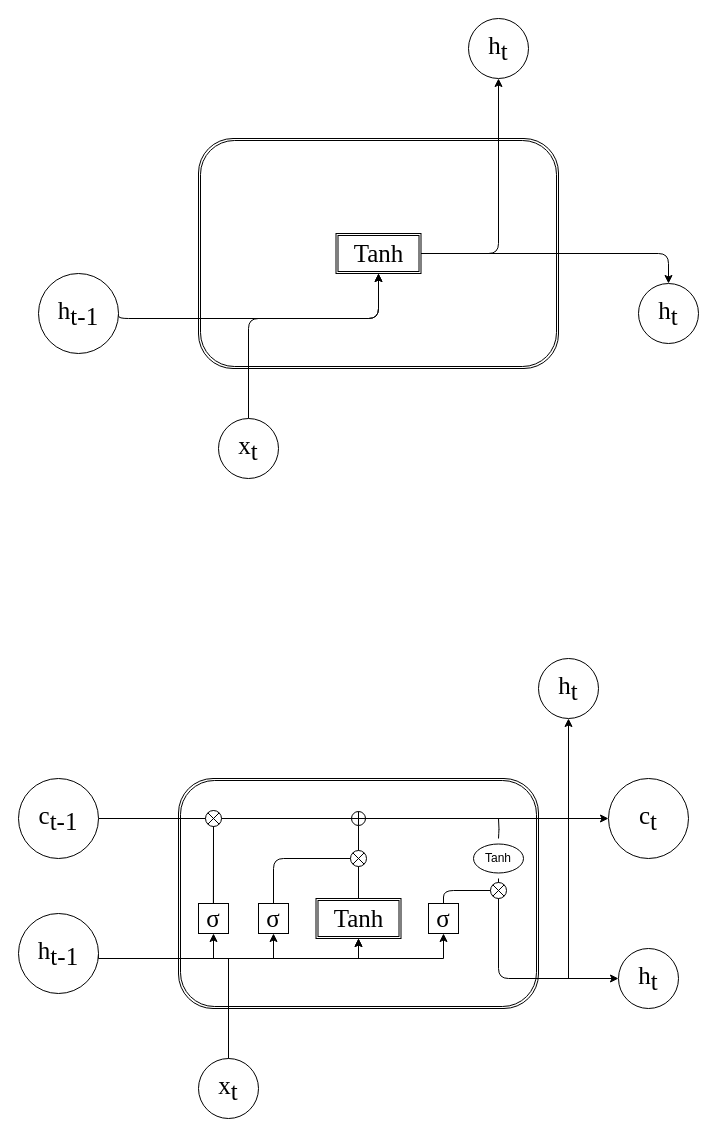
This is LSTM.drawio from liehu232/model_NetWork, a draw.io file, before an edit. Source tidied: cells renumbered, new cells numbered last; positions are measured from the earlier drawing's top-left corner, leaving out a move shared by most shapes. Both pictures are drawn from the tidied source at 100%, with x=0, y=0 at pixel (18, 18).
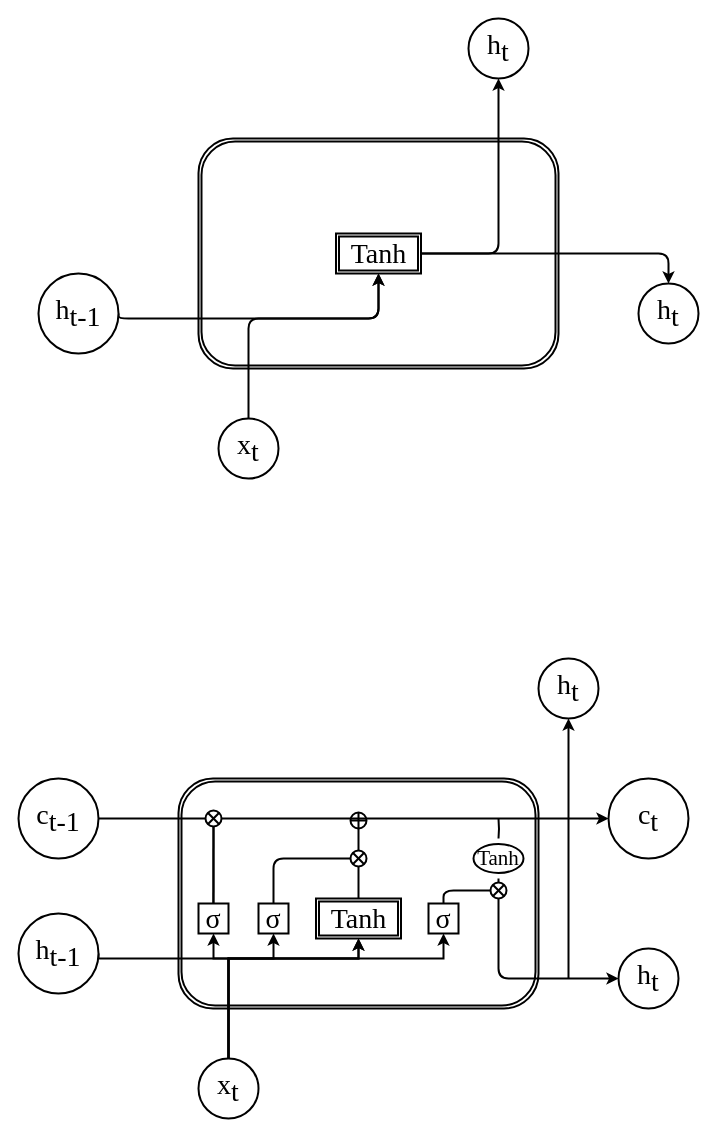
After the change.

The edit, as a diff of the source:
```diff
@@
-    <mxCell id="2" style="shape=ext;double=1;rounded=1;whiteSpace=wrap;html=1;fontFamily=Times New Roman;fontSize=25;" parent="1" vertex="1">
+    <mxCell id="2" style="shape=ext;double=1;rounded=1;whiteSpace=wrap;html=1;fontFamily=Times New Roman;fontSize=28;strokeWidth=2;" parent="1" vertex="1">
       <mxGeometry x="180" y="120" width="360" height="230" as="geometry" />
     </mxCell>
-    <mxCell id="3" style="edgeStyle=orthogonalEdgeStyle;html=1;exitX=1;exitY=0.5;exitDx=0;exitDy=0;entryX=0.5;entryY=0;entryDx=0;entryDy=0;fontFamily=Times New Roman;fontSize=25;" parent="1" edge="1" source="5" target="10">
+    <mxCell id="3" style="edgeStyle=orthogonalEdgeStyle;html=1;exitX=1;exitY=0.5;exitDx=0;exitDy=0;entryX=0.5;entryY=0;entryDx=0;entryDy=0;fontFamily=Times New Roman;fontSize=28;strokeWidth=2;" parent="1" edge="1" source="5" target="10">
       <mxGeometry relative="1" as="geometry" />
     </mxCell>
-    <mxCell id="4" style="edgeStyle=orthogonalEdgeStyle;html=1;exitX=1;exitY=0.5;exitDx=0;exitDy=0;entryX=0.5;entryY=1;entryDx=0;entryDy=0;fontFamily=Times New Roman;fontSize=25;" parent="1" edge="1" source="5" target="11">
+    <mxCell id="4" style="edgeStyle=orthogonalEdgeStyle;html=1;exitX=1;exitY=0.5;exitDx=0;exitDy=0;entryX=0.5;entryY=1;entryDx=0;entryDy=0;fontFamily=Times New Roman;fontSize=28;strokeWidth=2;" parent="1" edge="1" source="5" target="11">
       <mxGeometry relative="1" as="geometry" />
     </mxCell>
-    <mxCell id="5" value="Tanh" style="shape=ext;double=1;rounded=0;whiteSpace=wrap;html=1;fontFamily=Times New Roman;fontSize=25;" parent="1" vertex="1">
+    <mxCell id="5" value="Tanh" style="shape=ext;double=1;rounded=0;whiteSpace=wrap;html=1;fontFamily=Times New Roman;fontSize=28;strokeWidth=2;" parent="1" vertex="1">
       <mxGeometry x="317.5" y="215" width="85" height="40" as="geometry" />
     </mxCell>
-    <mxCell id="6" style="edgeStyle=orthogonalEdgeStyle;html=1;exitX=0.5;exitY=0;exitDx=0;exitDy=0;entryX=0.5;entryY=1;entryDx=0;entryDy=0;fontFamily=Times New Roman;fontSize=25;" parent="1" edge="1" source="7" target="5">
+    <mxCell id="6" style="edgeStyle=orthogonalEdgeStyle;html=1;exitX=0.5;exitY=0;exitDx=0;exitDy=0;entryX=0.5;entryY=1;entryDx=0;entryDy=0;fontFamily=Times New Roman;fontSize=28;strokeWidth=2;" parent="1" edge="1" source="7" target="5">
       <mxGeometry relative="1" as="geometry">
         <Array as="points">
           <mxPoint x="230" y="300" />
           <mxPoint x="360" y="300" />
         </Array>
       </mxGeometry>
     </mxCell>
-    <mxCell id="7" value="x&lt;sub style=&quot;font-size: 25px;&quot;&gt;t&lt;/sub&gt;" style="ellipse;whiteSpace=wrap;html=1;fontFamily=Times New Roman;fontSize=25;" parent="1" vertex="1">
+    <mxCell id="7" value="x&lt;sub style=&quot;font-size: 28px;&quot;&gt;t&lt;/sub&gt;" style="ellipse;whiteSpace=wrap;html=1;fontFamily=Times New Roman;fontSize=28;strokeWidth=2;" parent="1" vertex="1">
       <mxGeometry x="200" y="400" width="60" height="60" as="geometry" />
     </mxCell>
-    <mxCell id="8" style="edgeStyle=orthogonalEdgeStyle;html=1;exitX=1;exitY=0.5;exitDx=0;exitDy=0;entryX=0.5;entryY=1;entryDx=0;entryDy=0;fontFamily=Times New Roman;fontSize=25;" parent="1" edge="1" source="9" target="5">
+    <mxCell id="8" style="edgeStyle=orthogonalEdgeStyle;html=1;exitX=1;exitY=0.5;exitDx=0;exitDy=0;entryX=0.5;entryY=1;entryDx=0;entryDy=0;fontFamily=Times New Roman;fontSize=28;strokeWidth=2;" parent="1" edge="1" source="9" target="5">
       <mxGeometry relative="1" as="geometry">
         <Array as="points">
           <mxPoint x="100" y="300" />
           <mxPoint x="360" y="300" />
         </Array>
       </mxGeometry>
     </mxCell>
-    <mxCell id="9" value="h&lt;sub style=&quot;font-size: 25px;&quot;&gt;t-1&lt;/sub&gt;" style="ellipse;whiteSpace=wrap;html=1;fontFamily=Times New Roman;fontSize=25;" parent="1" vertex="1">
+    <mxCell id="9" value="h&lt;sub style=&quot;font-size: 28px;&quot;&gt;t-1&lt;/sub&gt;" style="ellipse;whiteSpace=wrap;html=1;fontFamily=Times New Roman;fontSize=28;strokeWidth=2;" parent="1" vertex="1">
       <mxGeometry x="20" y="255" width="80" height="80" as="geometry" />
     </mxCell>
-    <mxCell id="10" value="h&lt;sub style=&quot;font-size: 25px&quot;&gt;t&lt;/sub&gt;" style="ellipse;whiteSpace=wrap;html=1;fontFamily=Times New Roman;fontSize=25;" parent="1" vertex="1">
+    <mxCell id="10" value="h&lt;sub style=&quot;font-size: 28px;&quot;&gt;t&lt;/sub&gt;" style="ellipse;whiteSpace=wrap;html=1;fontFamily=Times New Roman;fontSize=28;strokeWidth=2;" parent="1" vertex="1">
       <mxGeometry x="620" y="265" width="60" height="60" as="geometry" />
     </mxCell>
-    <mxCell id="11" value="h&lt;sub style=&quot;font-size: 25px;&quot;&gt;t&lt;/sub&gt;" style="ellipse;whiteSpace=wrap;html=1;fontFamily=Times New Roman;fontSize=25;" parent="1" vertex="1">
+    <mxCell id="11" value="h&lt;sub style=&quot;font-size: 28px;&quot;&gt;t&lt;/sub&gt;" style="ellipse;whiteSpace=wrap;html=1;fontFamily=Times New Roman;fontSize=28;strokeWidth=2;" parent="1" vertex="1">
       <mxGeometry x="450" width="60" height="60" as="geometry" />
     </mxCell>
-    <mxCell id="12" style="shape=ext;double=1;rounded=1;whiteSpace=wrap;html=1;fontFamily=Times New Roman;fontSize=25;" parent="1" vertex="1">
+    <mxCell id="12" style="shape=ext;double=1;rounded=1;whiteSpace=wrap;html=1;fontFamily=Times New Roman;fontSize=28;strokeWidth=2;" parent="1" vertex="1">
       <mxGeometry x="160" y="760" width="360" height="230" as="geometry" />
     </mxCell>
-    <mxCell id="13" style="edgeStyle=none;html=1;exitX=0.5;exitY=0;exitDx=0;exitDy=0;fontSize=18;endArrow=circlePlus;endFill=0;" parent="1" edge="1" source="14">
+    <mxCell id="13" style="edgeStyle=none;html=1;exitX=0.5;exitY=0;exitDx=0;exitDy=0;fontSize=28;endArrow=circlePlus;endFill=0;strokeWidth=2;fontFamily=Times New Roman;" parent="1" edge="1" source="14">
       <mxGeometry relative="1" as="geometry">
         <mxPoint x="340" y="792" as="targetPoint" />
       </mxGeometry>
     </mxCell>
-    <mxCell id="14" value="Tanh" style="shape=ext;double=1;rounded=0;whiteSpace=wrap;html=1;fontFamily=Times New Roman;fontSize=25;" parent="1" vertex="1">
+    <mxCell id="14" value="Tanh" style="shape=ext;double=1;rounded=0;whiteSpace=wrap;html=1;fontFamily=Times New Roman;fontSize=28;strokeWidth=2;" parent="1" vertex="1">
       <mxGeometry x="297.5" y="880" width="85" height="40" as="geometry" />
     </mxCell>
-    <mxCell id="15" style="edgeStyle=orthogonalEdgeStyle;html=1;exitX=0.5;exitY=0;exitDx=0;exitDy=0;entryX=0.5;entryY=1;entryDx=0;entryDy=0;fontFamily=Times New Roman;fontSize=25;rounded=0;" parent="1" edge="1" source="19" target="14">
+    <mxCell id="15" style="edgeStyle=orthogonalEdgeStyle;html=1;exitX=0.5;exitY=0;exitDx=0;exitDy=0;entryX=0.5;entryY=1;entryDx=0;entryDy=0;fontFamily=Times New Roman;fontSize=28;rounded=0;strokeWidth=2;" parent="1" edge="1" source="19" target="14">
       <mxGeometry relative="1" as="geometry">
         <Array as="points">
           <mxPoint x="210" y="940" />
           <mxPoint x="340" y="940" />
         </Array>
       </mxGeometry>
     </mxCell>
-    <mxCell id="16" style="edgeStyle=orthogonalEdgeStyle;html=1;exitX=0.5;exitY=0;exitDx=0;exitDy=0;entryX=0.5;entryY=1;entryDx=0;entryDy=0;fontFamily=Times New Roman;fontSize=25;fontColor=#000000;rounded=0;" parent="1" edge="1" source="19" target="25">
+    <mxCell id="16" style="edgeStyle=orthogonalEdgeStyle;html=1;exitX=0.5;exitY=0;exitDx=0;exitDy=0;entryX=0.5;entryY=1;entryDx=0;entryDy=0;fontFamily=Times New Roman;fontSize=28;fontColor=#000000;rounded=0;strokeWidth=2;" parent="1" edge="1" source="19" target="25">
       <mxGeometry relative="1" as="geometry">
         <Array as="points">
           <mxPoint x="210" y="940" />
           <mxPoint x="195" y="940" />
         </Array>
       </mxGeometry>
     </mxCell>
-    <mxCell id="17" style="edgeStyle=orthogonalEdgeStyle;html=1;exitX=0.5;exitY=0;exitDx=0;exitDy=0;entryX=0.5;entryY=1;entryDx=0;entryDy=0;fontFamily=Times New Roman;fontSize=25;fontColor=#000000;rounded=0;" parent="1" edge="1" source="19" target="26">
+    <mxCell id="17" style="edgeStyle=orthogonalEdgeStyle;html=1;exitX=0.5;exitY=0;exitDx=0;exitDy=0;entryX=0.5;entryY=1;entryDx=0;entryDy=0;fontFamily=Times New Roman;fontSize=28;fontColor=#000000;rounded=0;strokeWidth=2;" parent="1" edge="1" source="19" target="26">
       <mxGeometry relative="1" as="geometry">
         <Array as="points">
           <mxPoint x="210" y="940" />
           <mxPoint x="255" y="940" />
         </Array>
       </mxGeometry>
     </mxCell>
-    <mxCell id="18" style="edgeStyle=orthogonalEdgeStyle;html=1;exitX=0.5;exitY=0;exitDx=0;exitDy=0;entryX=0.5;entryY=1;entryDx=0;entryDy=0;fontFamily=Times New Roman;fontSize=25;fontColor=#000000;rounded=0;" parent="1" edge="1" source="19" target="27">
+    <mxCell id="18" style="edgeStyle=orthogonalEdgeStyle;html=1;exitX=0.5;exitY=0;exitDx=0;exitDy=0;entryX=0.5;entryY=1;entryDx=0;entryDy=0;fontFamily=Times New Roman;fontSize=28;fontColor=#000000;rounded=0;strokeWidth=2;" parent="1" edge="1" source="19" target="27">
       <mxGeometry relative="1" as="geometry">
         <Array as="points">
           <mxPoint x="210" y="940" />
           <mxPoint x="425" y="940" />
         </Array>
       </mxGeometry>
     </mxCell>
-    <mxCell id="19" value="x&lt;sub style=&quot;font-size: 25px;&quot;&gt;t&lt;/sub&gt;" style="ellipse;whiteSpace=wrap;html=1;fontFamily=Times New Roman;fontSize=25;" parent="1" vertex="1">
+    <mxCell id="19" value="x&lt;sub style=&quot;font-size: 28px;&quot;&gt;t&lt;/sub&gt;" style="ellipse;whiteSpace=wrap;html=1;fontFamily=Times New Roman;fontSize=28;strokeWidth=2;" parent="1" vertex="1">
       <mxGeometry x="180" y="1040" width="60" height="60" as="geometry" />
     </mxCell>
-    <mxCell id="20" style="edgeStyle=orthogonalEdgeStyle;html=1;exitX=1;exitY=0.5;exitDx=0;exitDy=0;entryX=0.5;entryY=1;entryDx=0;entryDy=0;fontFamily=Times New Roman;fontSize=25;rounded=0;" parent="1" edge="1" source="21" target="14">
+    <mxCell id="20" style="edgeStyle=orthogonalEdgeStyle;html=1;exitX=1;exitY=0.5;exitDx=0;exitDy=0;entryX=0.5;entryY=1;entryDx=0;entryDy=0;fontFamily=Times New Roman;fontSize=28;rounded=0;strokeWidth=2;" parent="1" edge="1" source="21" target="14">
       <mxGeometry relative="1" as="geometry">
         <Array as="points">
           <mxPoint x="80" y="940" />
           <mxPoint x="340" y="940" />
         </Array>
       </mxGeometry>
     </mxCell>
-    <mxCell id="21" value="h&lt;sub style=&quot;font-size: 25px;&quot;&gt;t-1&lt;/sub&gt;" style="ellipse;whiteSpace=wrap;html=1;fontFamily=Times New Roman;fontSize=25;" parent="1" vertex="1">
+    <mxCell id="21" value="h&lt;sub style=&quot;font-size: 28px;&quot;&gt;t-1&lt;/sub&gt;" style="ellipse;whiteSpace=wrap;html=1;fontFamily=Times New Roman;fontSize=28;strokeWidth=2;" parent="1" vertex="1">
       <mxGeometry y="895" width="80" height="80" as="geometry" />
     </mxCell>
-    <mxCell id="22" value="h&lt;sub style=&quot;font-size: 25px&quot;&gt;t&lt;/sub&gt;" style="ellipse;whiteSpace=wrap;html=1;fontFamily=Times New Roman;fontSize=25;" parent="1" vertex="1">
+    <mxCell id="22" value="h&lt;sub style=&quot;font-size: 28px;&quot;&gt;t&lt;/sub&gt;" style="ellipse;whiteSpace=wrap;html=1;fontFamily=Times New Roman;fontSize=28;strokeWidth=2;" parent="1" vertex="1">
       <mxGeometry x="600" y="930" width="60" height="60" as="geometry" />
     </mxCell>
-    <mxCell id="23" value="h&lt;sub style=&quot;font-size: 25px;&quot;&gt;t&lt;/sub&gt;" style="ellipse;whiteSpace=wrap;html=1;fontFamily=Times New Roman;fontSize=25;" parent="1" vertex="1">
+    <mxCell id="23" value="h&lt;sub style=&quot;font-size: 28px;&quot;&gt;t&lt;/sub&gt;" style="ellipse;whiteSpace=wrap;html=1;fontFamily=Times New Roman;fontSize=28;strokeWidth=2;" parent="1" vertex="1">
       <mxGeometry x="520" y="640" width="60" height="60" as="geometry" />
     </mxCell>
-    <mxCell id="24" style="edgeStyle=none;html=1;exitX=0.5;exitY=0;exitDx=0;exitDy=0;fontSize=18;endArrow=none;endFill=0;" parent="1" edge="1">
+    <mxCell id="24" style="edgeStyle=none;html=1;exitX=0.5;exitY=0;exitDx=0;exitDy=0;fontSize=28;endArrow=none;endFill=0;strokeWidth=2;fontFamily=Times New Roman;" parent="1" edge="1">
       <mxGeometry relative="1" as="geometry">
         <mxPoint x="195" y="887" as="sourcePoint" />
         <mxPoint x="195" y="802" as="targetPoint" />
         <Array as="points">
           <mxPoint x="195" y="802" />
         </Array>
       </mxGeometry>
     </mxCell>
-    <mxCell id="25" value="&lt;div style=&quot;text-align: left&quot;&gt;σ&lt;/div&gt;" style="rounded=0;whiteSpace=wrap;html=1;fontFamily=Times New Roman;fontSize=25;" parent="1" vertex="1">
+    <mxCell id="25" value="&lt;div style=&quot;text-align: left; font-size: 28px;&quot;&gt;σ&lt;/div&gt;" style="rounded=0;whiteSpace=wrap;html=1;fontFamily=Times New Roman;fontSize=28;strokeWidth=2;" parent="1" vertex="1">
       <mxGeometry x="180" y="885" width="30" height="30" as="geometry" />
     </mxCell>
-    <mxCell id="26" value="&lt;div style=&quot;text-align: left&quot;&gt;σ&lt;/div&gt;" style="rounded=0;whiteSpace=wrap;html=1;fontFamily=Times New Roman;fontSize=25;" parent="1" vertex="1">
+    <mxCell id="26" value="&lt;div style=&quot;text-align: left; font-size: 28px;&quot;&gt;σ&lt;/div&gt;" style="rounded=0;whiteSpace=wrap;html=1;fontFamily=Times New Roman;fontSize=28;strokeWidth=2;" parent="1" vertex="1">
       <mxGeometry x="240" y="885" width="30" height="30" as="geometry" />
     </mxCell>
-    <mxCell id="27" value="&lt;div style=&quot;text-align: left&quot;&gt;σ&lt;/div&gt;" style="rounded=0;whiteSpace=wrap;html=1;fontFamily=Times New Roman;fontSize=25;" parent="1" vertex="1">
+    <mxCell id="27" value="&lt;div style=&quot;text-align: left; font-size: 28px;&quot;&gt;σ&lt;/div&gt;" style="rounded=0;whiteSpace=wrap;html=1;fontFamily=Times New Roman;fontSize=28;strokeWidth=2;" parent="1" vertex="1">
       <mxGeometry x="410" y="885" width="30" height="30" as="geometry" />
     </mxCell>
-    <mxCell id="28" style="edgeStyle=orthogonalEdgeStyle;html=1;exitX=1;exitY=0.5;exitDx=0;exitDy=0;fontFamily=Times New Roman;fontSize=25;fontColor=#000000;" parent="1" edge="1" source="29" target="30">
+    <mxCell id="28" style="edgeStyle=orthogonalEdgeStyle;html=1;exitX=1;exitY=0.5;exitDx=0;exitDy=0;fontFamily=Times New Roman;fontSize=28;fontColor=#000000;strokeWidth=2;" parent="1" edge="1" source="29" target="30">
       <mxGeometry relative="1" as="geometry" />
     </mxCell>
-    <mxCell id="29" value="c&lt;sub style=&quot;font-size: 25px&quot;&gt;t-1&lt;/sub&gt;" style="ellipse;whiteSpace=wrap;html=1;fontFamily=Times New Roman;fontSize=25;" parent="1" vertex="1">
+    <mxCell id="29" value="c&lt;sub style=&quot;font-size: 28px;&quot;&gt;t-1&lt;/sub&gt;" style="ellipse;whiteSpace=wrap;html=1;fontFamily=Times New Roman;fontSize=28;strokeWidth=2;" parent="1" vertex="1">
       <mxGeometry y="760" width="80" height="80" as="geometry" />
     </mxCell>
-    <mxCell id="30" value="c&lt;sub style=&quot;font-size: 25px&quot;&gt;t&lt;/sub&gt;" style="ellipse;whiteSpace=wrap;html=1;fontFamily=Times New Roman;fontSize=25;" parent="1" vertex="1">
+    <mxCell id="30" value="c&lt;sub style=&quot;font-size: 28px;&quot;&gt;t&lt;/sub&gt;" style="ellipse;whiteSpace=wrap;html=1;fontFamily=Times New Roman;fontSize=28;strokeWidth=2;" parent="1" vertex="1">
       <mxGeometry x="590" y="760" width="80" height="80" as="geometry" />
     </mxCell>
-    <mxCell id="31" style="edgeStyle=orthogonalEdgeStyle;html=1;exitX=0.5;exitY=0;exitDx=0;exitDy=0;fontSize=18;endArrow=none;endFill=0;" parent="1" edge="1">
+    <mxCell id="31" style="edgeStyle=orthogonalEdgeStyle;html=1;exitX=0.5;exitY=0;exitDx=0;exitDy=0;fontSize=28;endArrow=none;endFill=0;strokeWidth=2;fontFamily=Times New Roman;" parent="1" edge="1">
       <mxGeometry relative="1" as="geometry">
         <mxPoint x="480" y="820" as="sourcePoint" />
         <mxPoint x="480" y="800" as="targetPoint" />
       </mxGeometry>
     </mxCell>
-    <mxCell id="32" style="edgeStyle=orthogonalEdgeStyle;html=1;exitX=0.5;exitY=1;exitDx=0;exitDy=0;entryX=0;entryY=0.5;entryDx=0;entryDy=0;fontSize=18;endArrow=classic;endFill=1;" parent="1" edge="1" target="22">
+    <mxCell id="32" style="edgeStyle=orthogonalEdgeStyle;html=1;exitX=0.5;exitY=1;exitDx=0;exitDy=0;entryX=0;entryY=0.5;entryDx=0;entryDy=0;fontSize=28;endArrow=classic;endFill=1;strokeWidth=2;fontFamily=Times New Roman;" parent="1" edge="1" target="22">
       <mxGeometry relative="1" as="geometry">
         <mxPoint x="480" y="860" as="sourcePoint" />
         <Array as="points">
           <mxPoint x="480" y="960" />
         </Array>
       </mxGeometry>
     </mxCell>
-    <mxCell id="33" style="endArrow=classic;html=1;fontSize=18;entryX=0.5;entryY=1;entryDx=0;entryDy=0;" parent="1" edge="1" target="23">
+    <mxCell id="33" style="endArrow=classic;html=1;fontSize=28;entryX=0.5;entryY=1;entryDx=0;entryDy=0;strokeWidth=2;fontFamily=Times New Roman;" parent="1" edge="1" target="23">
       <mxGeometry relative="1" as="geometry">
         <mxPoint x="550" y="960" as="sourcePoint" />
       </mxGeometry>
     </mxCell>
-    <mxCell id="34" style="edgeStyle=none;html=1;exitX=0.5;exitY=0;exitDx=0;exitDy=0;fontSize=18;endArrow=none;endFill=0;startArrow=none;" parent="1" edge="1" source="35">
+    <mxCell id="34" style="edgeStyle=none;html=1;exitX=0.5;exitY=0;exitDx=0;exitDy=0;fontSize=28;endArrow=none;endFill=0;startArrow=none;strokeWidth=2;fontFamily=Times New Roman;" parent="1" edge="1" source="35">
       <mxGeometry relative="1" as="geometry">
         <mxPoint x="194.9" y="800" as="targetPoint" />
         <Array as="points">
           <mxPoint x="194.9" y="800" />
         </Array>
       </mxGeometry>
     </mxCell>
-    <mxCell id="35" style="shape=sumEllipse;perimeter=ellipsePerimeter;whiteSpace=wrap;html=1;backgroundOutline=1;labelBackgroundColor=#2A2A2A;fontSize=18;" parent="1" vertex="1">
+    <mxCell id="35" style="shape=sumEllipse;perimeter=ellipsePerimeter;whiteSpace=wrap;html=1;backgroundOutline=1;labelBackgroundColor=#2A2A2A;fontSize=28;strokeWidth=2;fontFamily=Times New Roman;" parent="1" vertex="1">
       <mxGeometry x="187" y="792" width="16" height="16" as="geometry" />
     </mxCell>
-    <mxCell id="36" style="edgeStyle=none;html=1;exitX=0.5;exitY=0;exitDx=0;exitDy=0;fontSize=18;endArrow=none;endFill=0;" parent="1" edge="1" target="35">
+    <mxCell id="36" style="edgeStyle=none;html=1;exitX=0.5;exitY=0;exitDx=0;exitDy=0;fontSize=28;endArrow=none;endFill=0;strokeWidth=2;fontFamily=Times New Roman;" parent="1" edge="1" target="35">
       <mxGeometry relative="1" as="geometry">
         <mxPoint x="194.9" y="885" as="sourcePoint" />
       </mxGeometry>
     </mxCell>
-    <mxCell id="37" style="shape=sumEllipse;perimeter=ellipsePerimeter;whiteSpace=wrap;html=1;backgroundOutline=1;labelBackgroundColor=#2A2A2A;fontSize=18;" parent="1" vertex="1">
+    <mxCell id="37" style="shape=sumEllipse;perimeter=ellipsePerimeter;whiteSpace=wrap;html=1;backgroundOutline=1;labelBackgroundColor=#2A2A2A;fontSize=28;strokeWidth=2;fontFamily=Times New Roman;" parent="1" vertex="1">
       <mxGeometry x="332" y="832" width="16" height="16" as="geometry" />
     </mxCell>
-    <mxCell id="38" style="edgeStyle=orthogonalEdgeStyle;html=1;exitX=0.5;exitY=0;exitDx=0;exitDy=0;fontSize=18;endArrow=none;endFill=0;entryX=0;entryY=0.5;entryDx=0;entryDy=0;" parent="1" edge="1" source="26" target="37">
+    <mxCell id="38" style="edgeStyle=orthogonalEdgeStyle;html=1;exitX=0.5;exitY=0;exitDx=0;exitDy=0;fontSize=28;endArrow=none;endFill=0;entryX=0;entryY=0.5;entryDx=0;entryDy=0;strokeWidth=2;fontFamily=Times New Roman;" parent="1" edge="1" source="26" target="37">
       <mxGeometry relative="1" as="geometry" />
     </mxCell>
-    <mxCell id="39" style="shape=sumEllipse;perimeter=ellipsePerimeter;whiteSpace=wrap;html=1;backgroundOutline=1;labelBackgroundColor=#2A2A2A;fontSize=18;" parent="1" vertex="1">
+    <mxCell id="39" style="shape=sumEllipse;perimeter=ellipsePerimeter;whiteSpace=wrap;html=1;backgroundOutline=1;labelBackgroundColor=#2A2A2A;fontSize=28;strokeWidth=2;fontFamily=Times New Roman;" parent="1" vertex="1">
       <mxGeometry x="472" y="864" width="16" height="16" as="geometry" />
     </mxCell>
-    <mxCell id="40" style="edgeStyle=orthogonalEdgeStyle;html=1;exitX=0.5;exitY=0;exitDx=0;exitDy=0;fontSize=18;endArrow=none;endFill=0;entryX=0;entryY=0.5;entryDx=0;entryDy=0;" parent="1" edge="1" source="27" target="39">
+    <mxCell id="40" style="edgeStyle=orthogonalEdgeStyle;html=1;exitX=0.5;exitY=0;exitDx=0;exitDy=0;fontSize=28;endArrow=none;endFill=0;entryX=0;entryY=0.5;entryDx=0;entryDy=0;strokeWidth=2;fontFamily=Times New Roman;" parent="1" edge="1" source="27" target="39">
       <mxGeometry relative="1" as="geometry" />
     </mxCell>
-    <mxCell id="41" value="Tanh" style="ellipse;whiteSpace=wrap;html=1;" parent="1" vertex="1">
+    <mxCell id="41" value="Tanh" style="ellipse;whiteSpace=wrap;html=1;strokeWidth=2;fontSize=21;fontFamily=Times New Roman;" parent="1" vertex="1">
       <mxGeometry x="455" y="825.5" width="50" height="29" as="geometry" />
     </mxCell>
```
